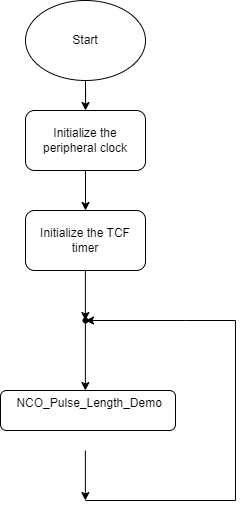
This is images/ncoFixedDutyCycleFlowchart.png from microchip-pic-avr-examples/avr16eb32-getting-started-with-tcf-mplab-bare-metal, a draw.io export, as it was before one commit. Source tidied: cells renumbered, new cells last; positions are measured from the earlier drawing's top-left corner, leaving out a move shared by most shapes.
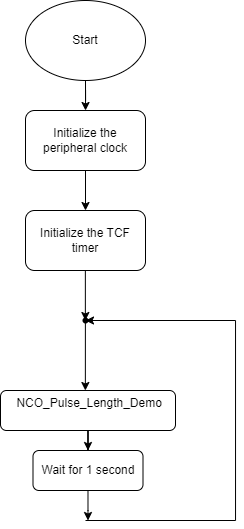
After the commit.

Change to the diagram source:
```diff
@@ -17,6 +17,9 @@
     <mxCell id="6" value="Initialize the TCF timer" style="rounded=1;whiteSpace=wrap;html=1;" parent="1" vertex="1">
       <mxGeometry x="25" y="210" width="120" height="60" as="geometry" />
     </mxCell>
+    <mxCell id="14" style="edgeStyle=orthogonalEdgeStyle;rounded=0;jettySize=auto;html=1;" parent="1" edge="1" source="7" target="16">
+      <mxGeometry relative="1" as="geometry" />
+    </mxCell>
     <mxCell id="7" value="&lt;div&gt;&amp;nbsp;NCO_Pulse_Length_Demo&lt;/div&gt;&lt;div&gt;&lt;br&gt;&lt;/div&gt;" style="rounded=1;whiteSpace=wrap;html=1;" parent="1" vertex="1">
       <mxGeometry y="390" width="175" height="40" as="geometry" />
     </mxCell>
@@ -32,12 +35,6 @@
         <mxPoint x="84.9" y="390" as="targetPoint" />
       </mxGeometry>
     </mxCell>
-    <mxCell id="10" style="endArrow=classic;html=1;rounded=0;" parent="1" edge="1">
-      <mxGeometry relative="1" as="geometry">
-        <mxPoint x="84.9" y="450" as="sourcePoint" />
-        <mxPoint x="84.9" y="500" as="targetPoint" />
-      </mxGeometry>
-    </mxCell>
     <mxCell id="11" style="endArrow=classic;html=1;rounded=0;edgeStyle=orthogonalEdgeStyle;" parent="1" edge="1" source="13">
       <mxGeometry relative="1" as="geometry">
         <mxPoint x="85" y="320" as="targetPoint" />
@@ -45,16 +42,24 @@
     </mxCell>
     <mxCell id="12" style="endArrow=classic;html=1;rounded=0;edgeStyle=orthogonalEdgeStyle;" parent="1" edge="1" target="13">
       <mxGeometry relative="1" as="geometry">
-        <mxPoint x="85" y="500" as="sourcePoint" />
+        <mxPoint x="85" y="520" as="sourcePoint" />
         <Array as="points">
-          <mxPoint x="235" y="500" />
+          <mxPoint x="85" y="520" />
+          <mxPoint x="235" y="520" />
           <mxPoint x="235" y="320" />
-          <mxPoint x="185" y="320" />
         </Array>
       </mxGeometry>
     </mxCell>
     <mxCell id="13" style="shape=waypoint;sketch=0;fillStyle=solid;size=6;points=[];fillColor=none;perimeter=centerPerimeter;snapToPoint=1;" parent="1" vertex="1">
       <mxGeometry x="75" y="310" width="20" height="20" as="geometry" />
     </mxCell>
+    <mxCell id="15" style="edgeStyle=orthogonalEdgeStyle;rounded=0;jettySize=auto;html=1;" parent="1" edge="1" source="16">
+      <mxGeometry relative="1" as="geometry">
+        <mxPoint x="87.5" y="520" as="targetPoint" />
+      </mxGeometry>
+    </mxCell>
+    <mxCell id="16" value="Wait for 1 second" style="rounded=1;whiteSpace=wrap;html=1;" parent="1" vertex="1">
+      <mxGeometry x="32.5" y="450" width="110" height="40" as="geometry" />
+    </mxCell>
   </root>
 </mxGraphModel>
```
